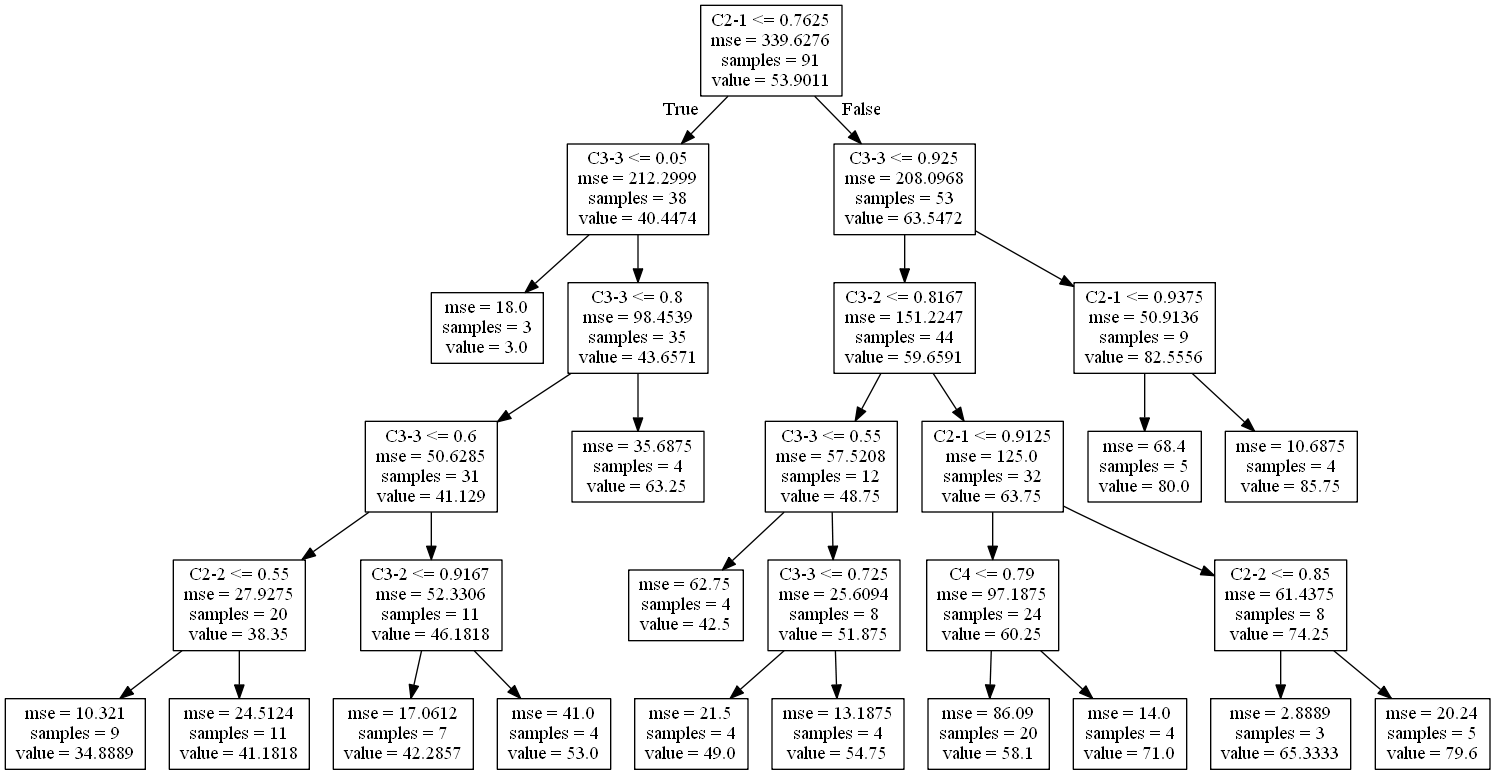
This is dt.png from VinhVu95/FYP, a Graphviz export, as it was before one commit. Its source is kept beside it as dt.dot.
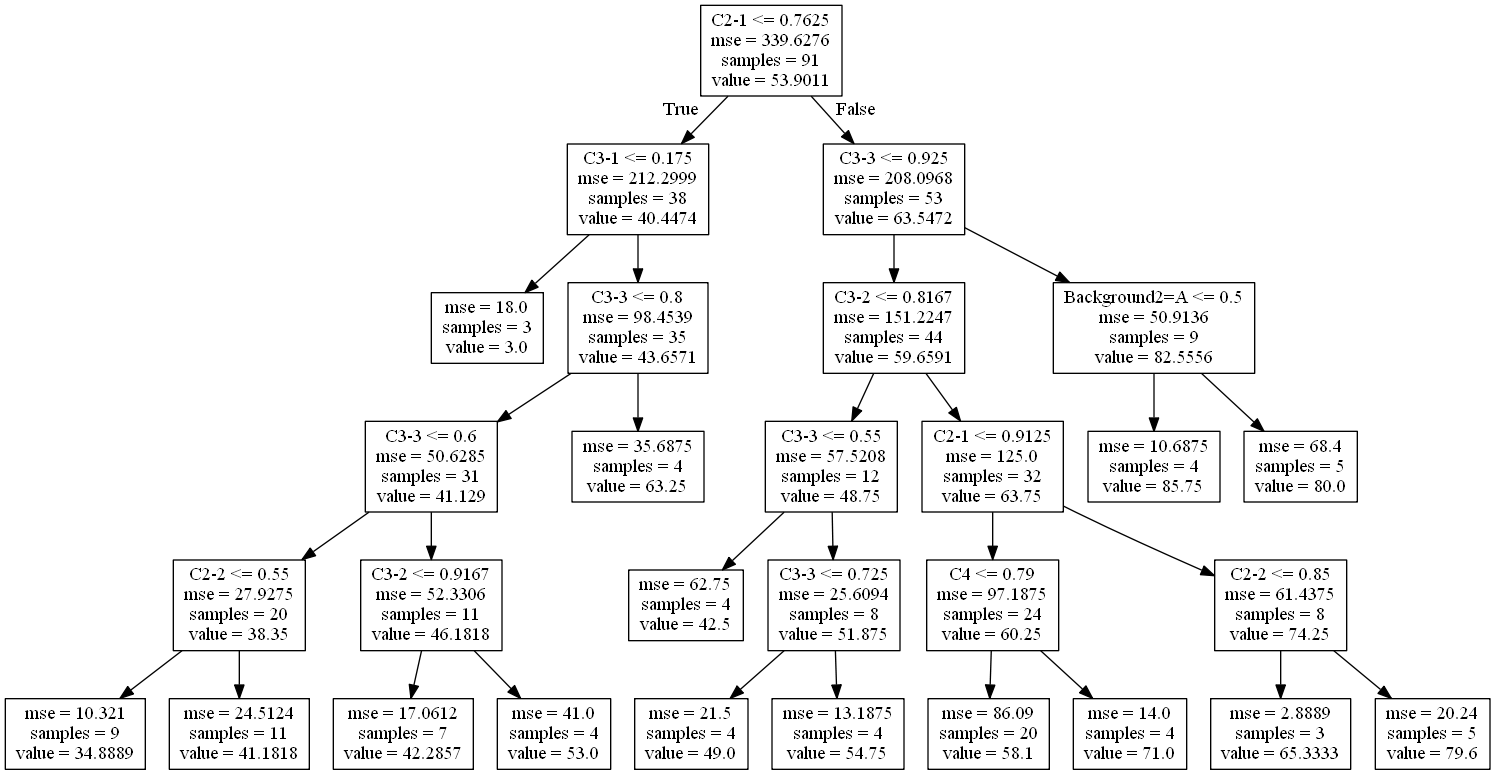
After the commit.

Diff of the diagram source:
```diff
@@ -1,7 +1,7 @@
 digraph Tree {
 node [shape=box] ;
 0 [label="C2-1 <= 0.7625\nmse = 339.6276\nsamples = 91\nvalue = 53.9011"] ;
-1 [label="C3-3 <= 0.05\nmse = 212.2999\nsamples = 38\nvalue = 40.4474"] ;
+1 [label="C3-1 <= 0.175\nmse = 212.2999\nsamples = 38\nvalue = 40.4474"] ;
 0 -> 1 [labeldistance=2.5, labelangle=45, headlabel="True"] ;
 2 [label="mse = 18.0\nsamples = 3\nvalue = 3.0"] ;
 1 -> 2 ;
@@ -51,10 +51,10 @@
 23 -> 24 ;
 25 [label="mse = 20.24\nsamples = 5\nvalue = 79.6"] ;
 23 -> 25 ;
-26 [label="C2-1 <= 0.9375\nmse = 50.9136\nsamples = 9\nvalue = 82.5556"] ;
+26 [label="Background2=A <= 0.5\nmse = 50.9136\nsamples = 9\nvalue = 82.5556"] ;
 12 -> 26 ;
-27 [label="mse = 68.4\nsamples = 5\nvalue = 80.0"] ;
+27 [label="mse = 10.6875\nsamples = 4\nvalue = 85.75"] ;
 26 -> 27 ;
-28 [label="mse = 10.6875\nsamples = 4\nvalue = 85.75"] ;
+28 [label="mse = 68.4\nsamples = 5\nvalue = 80.0"] ;
 26 -> 28 ;
 }
```
